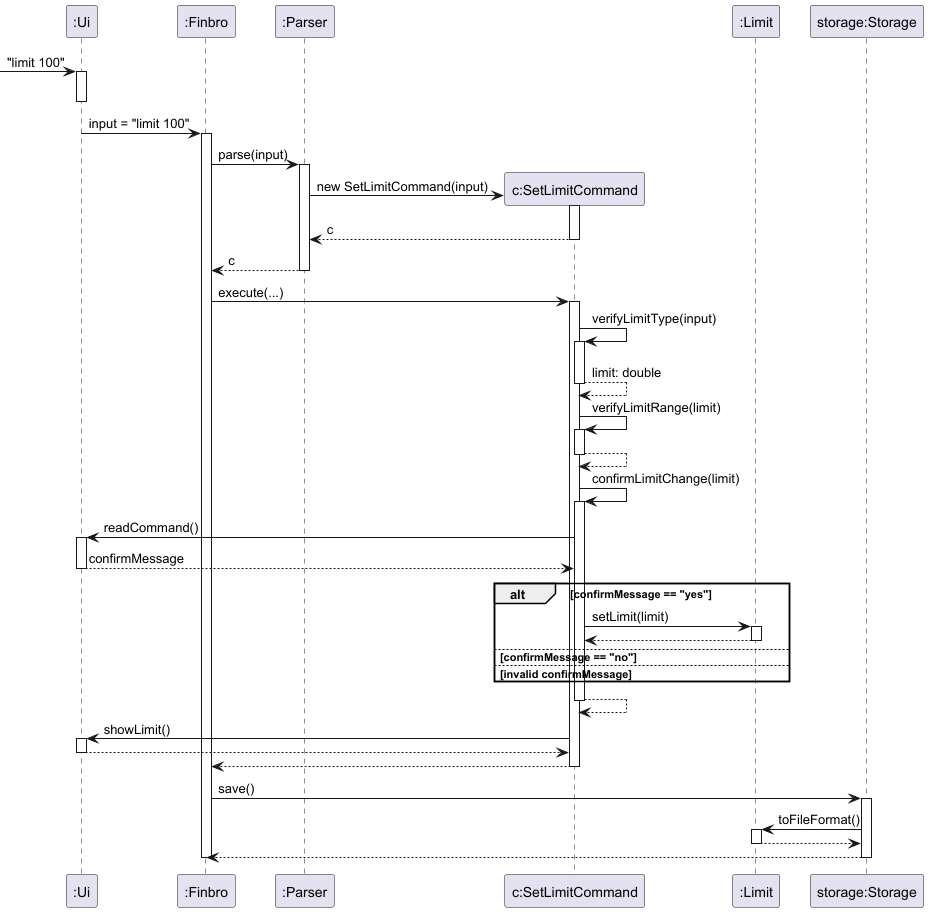
This is docs/UML_diagrams/images/SetLimit.png from zihaoalt/tp, a PlantUML export, as it was before one commit. Source of this version:
```plantuml
@startuml

->":Ui"++: "limit 100"
deactivate ":Ui"
":Ui" -> ":Finbro"++: input = "limit 100"

":Finbro" -> ":Parser" ++: parse(input)

create "c:SetLimitCommand"
":Parser" -> "c:SetLimitCommand"++: new SetLimitCommand(input)
return c
return c

":Finbro" -> "c:SetLimitCommand"++: execute(...)
"c:SetLimitCommand" -> "c:SetLimitCommand"++: verifyLimitType(input)
return limit: double
"c:SetLimitCommand" -> "c:SetLimitCommand"++: verifyLimitRange(limit)
return

"c:SetLimitCommand" -> "c:SetLimitCommand"++: confirmLimitChange(limit)
"c:SetLimitCommand" ->":Ui"++: readCommand()
return confirmMessage

alt confirmMessage == "yes"
    "c:SetLimitCommand" -> ":Limit"++: setLimit(limit)
    return
else confirmMessage == "no"
else invalid confirmMessage
end
return

"c:SetLimitCommand" -> ":Ui"++ : showLimit()
return
return

":Finbro" -> "storage:Storage"++ :save()
"storage:Storage" -> ":Limit"++: toFileFormat()
return
return
deactivate

@enduml
```
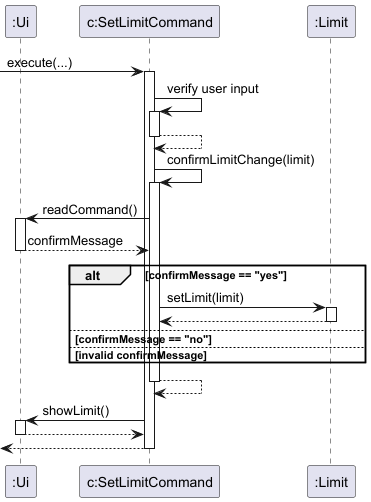
Later version of the same file.

Commit message:
Simplify set limit sequence diagram

Change to the diagram source:
```diff
@@ -1,42 +1,26 @@
 @startuml
 
-->":Ui"++: "limit 100"
-deactivate ":Ui"
-":Ui" -> ":Finbro"++: input = "limit 100"
+participant ":Ui" as ui
+participant "c:SetLimitCommand" as c
 
-":Finbro" -> ":Parser" ++: parse(input)
+-> c++: execute(...)
 
-create "c:SetLimitCommand"
-":Parser" -> "c:SetLimitCommand"++: new SetLimitCommand(input)
-return c
-return c
-
-":Finbro" -> "c:SetLimitCommand"++: execute(...)
-"c:SetLimitCommand" -> "c:SetLimitCommand"++: verifyLimitType(input)
-return limit: double
-"c:SetLimitCommand" -> "c:SetLimitCommand"++: verifyLimitRange(limit)
+c -> c++: verify user input
 return
-
-"c:SetLimitCommand" -> "c:SetLimitCommand"++: confirmLimitChange(limit)
-"c:SetLimitCommand" ->":Ui"++: readCommand()
+c -> c++: confirmLimitChange(limit)
+c ->ui++: readCommand()
 return confirmMessage
 
 alt confirmMessage == "yes"
-    "c:SetLimitCommand" -> ":Limit"++: setLimit(limit)
+    c -> ":Limit"++: setLimit(limit)
     return
 else confirmMessage == "no"
 else invalid confirmMessage
 end
 return
 
-"c:SetLimitCommand" -> ":Ui"++ : showLimit()
+c -> ui++ : showLimit()
 return
 return
 
-":Finbro" -> "storage:Storage"++ :save()
-"storage:Storage" -> ":Limit"++: toFileFormat()
-return
-return
-deactivate
-
 @enduml
```
